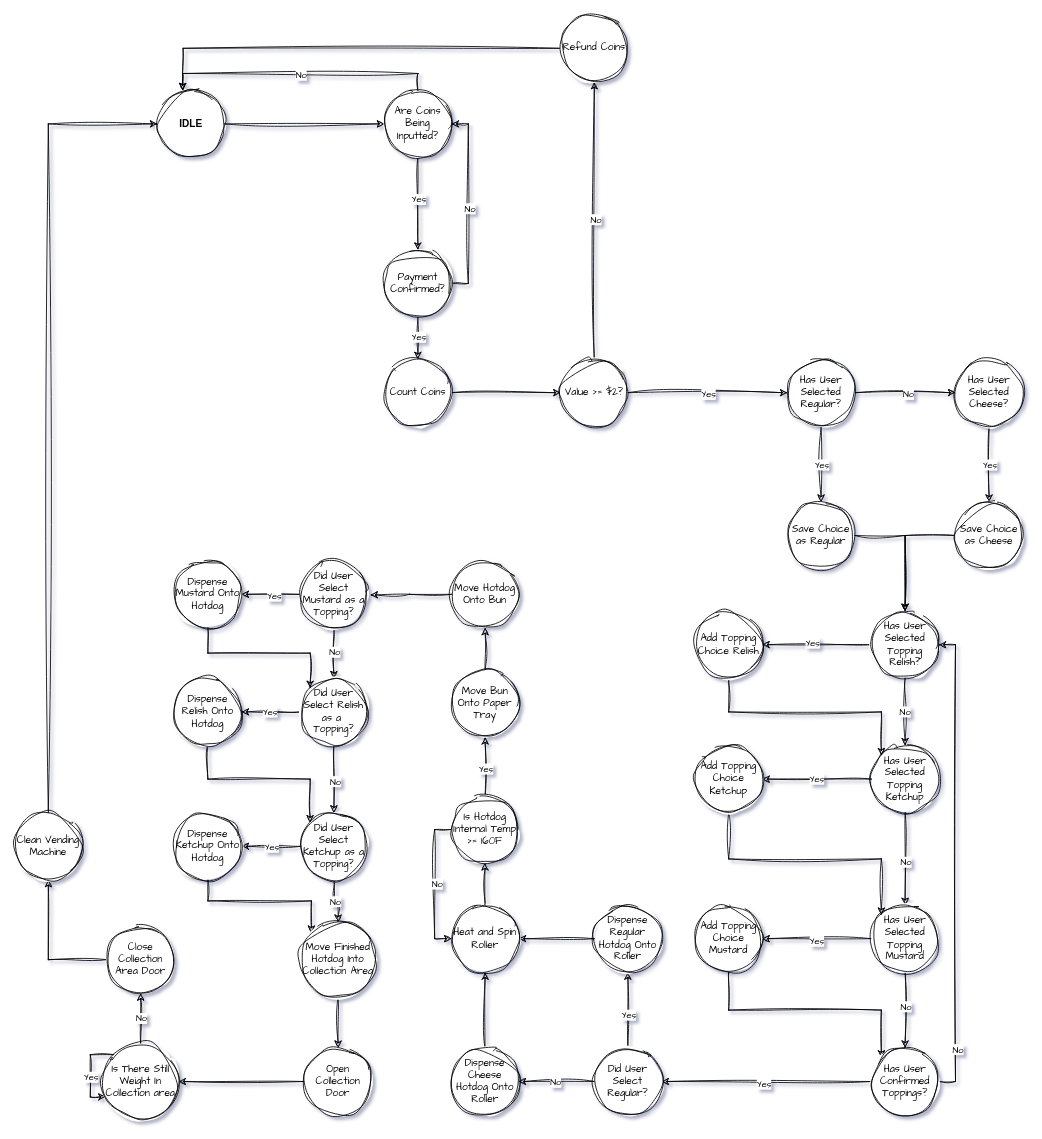
Earlier version of the draw.io diagram FSM.drawio (Hepodon/22204Phoenix). Source tidied: cells renumbered, new cells numbered last; positions are measured from the earlier drawing's top-left corner, leaving out a move shared by most shapes. Both pictures are drawn from the tidied source at 84%, with x=0, y=0 at pixel (14, 14).
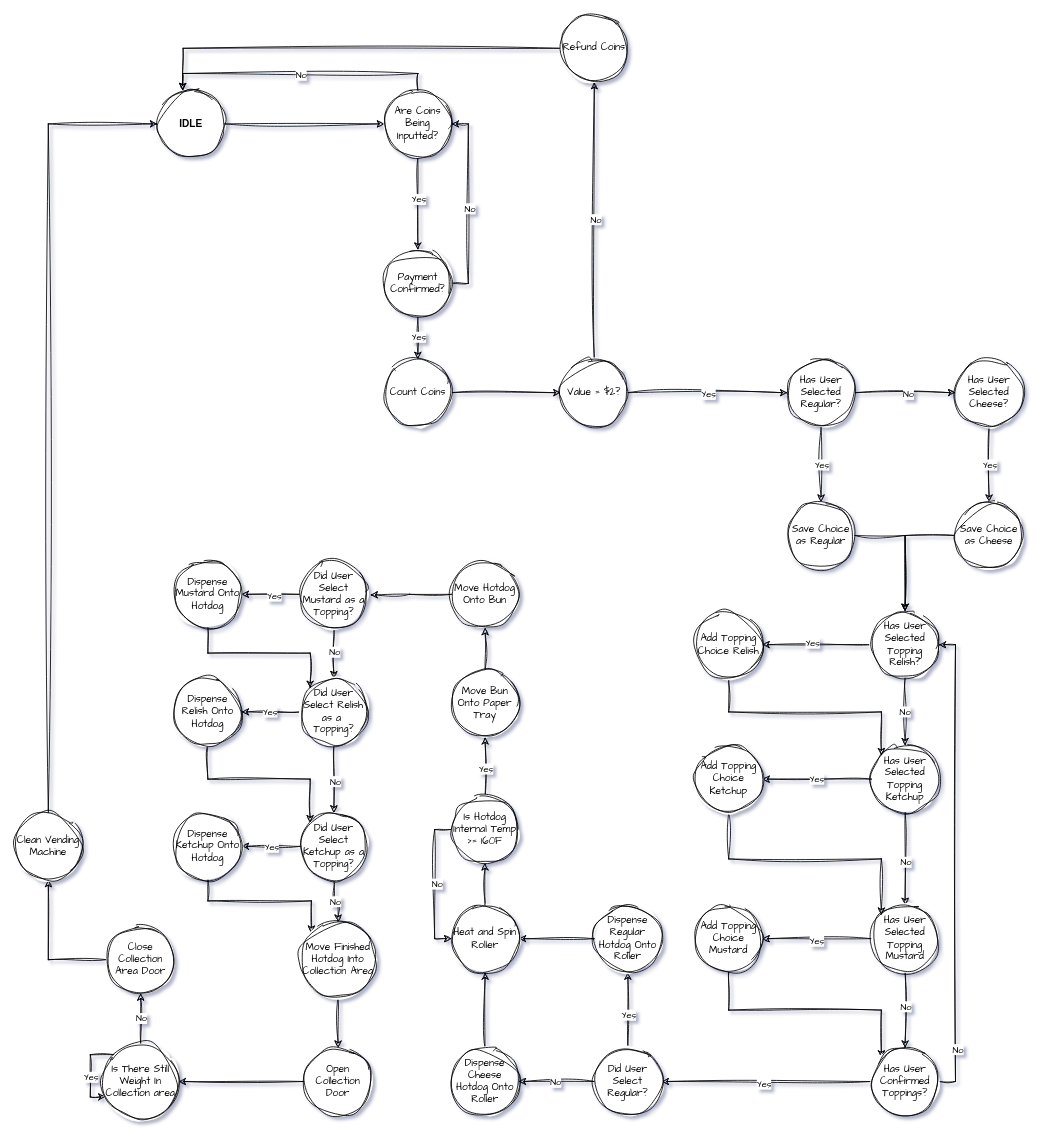
Above is the later version.

What changed in the source:
```diff
@@
-    <mxCell id="20" value="Value &amp;gt;= $2?" style="ellipse;whiteSpace=wrap;html=1;sketch=1;hachureGap=4;jiggle=2;curveFitting=1;fontFamily=Architects Daughter;" parent="1" vertex="1">
+    <mxCell id="20" value="Value = $2?" style="ellipse;whiteSpace=wrap;html=1;sketch=1;hachureGap=4;jiggle=2;curveFitting=1;fontFamily=Architects Daughter;" parent="1" vertex="1">
       <mxGeometry x="650" y="410" width="80" height="80" as="geometry" />
     </mxCell>
```
